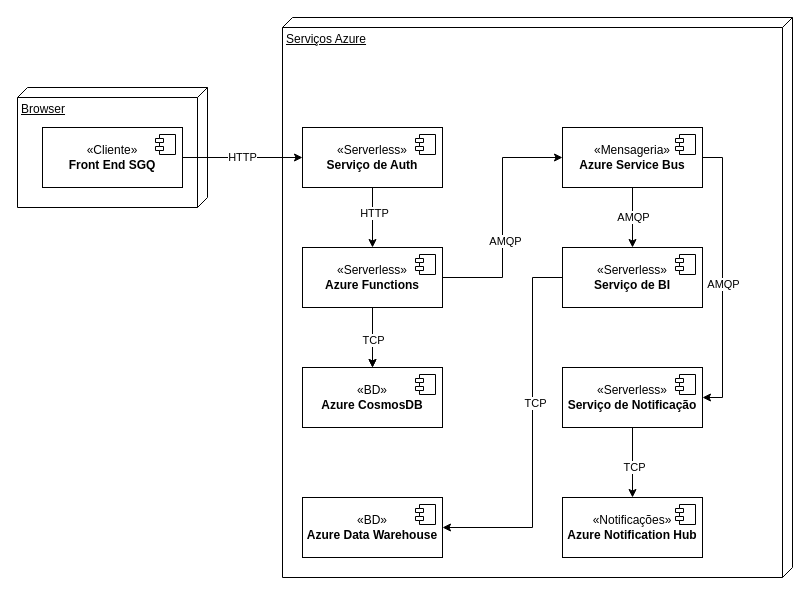
This is docs/draws/4.2 Diagrama de implantação.drawio from fbalbinoribeiro/sgq, a draw.io file, before an edit. Source tidied: cells renumbered, new cells numbered last; positions are measured from the earlier drawing's top-left corner, leaving out a move shared by most shapes. Both pictures are drawn from the tidied source at 100%, with x=0, y=0 at pixel (17, 17).
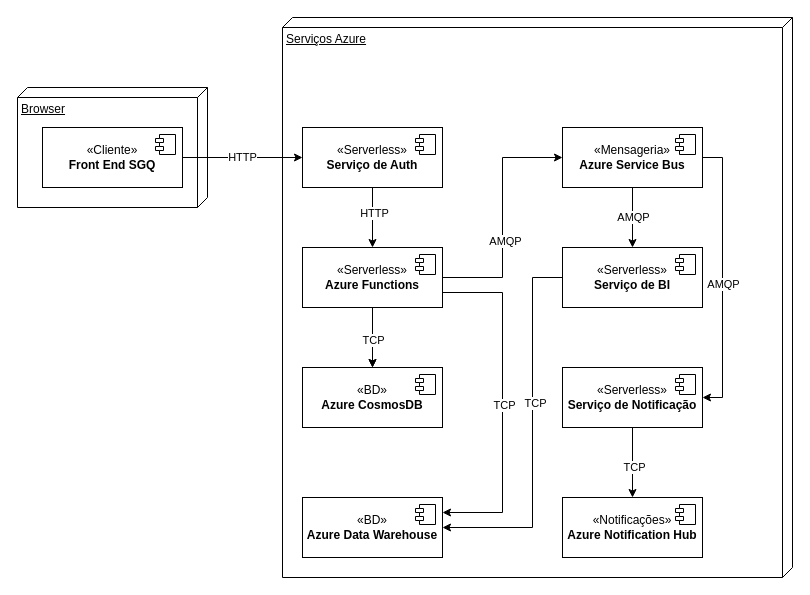
After the change.

Unchanged cells that the change refers to:
```xml
<mxCell id="29" value="«Serverless»&lt;br&gt;&lt;b&gt;Azure Functions&lt;/b&gt;" style="html=1;whiteSpace=wrap;" parent="1" vertex="1">
  <mxGeometry x="285" y="230" width="140" height="60" as="geometry" />
</mxCell>
<mxCell id="37" value="«BD»&lt;br&gt;&lt;b&gt;Azure Data Warehouse&lt;/b&gt;" style="html=1;whiteSpace=wrap;" parent="1" vertex="1">
  <mxGeometry x="285" y="480" width="140" height="60" as="geometry" />
</mxCell>
```

The edit, as a diff of the source:
```diff
@@
+    <mxCell id="39" style="edgeStyle=orthogonalEdgeStyle;rounded=0;jettySize=auto;html=1;entryX=1;entryY=0.25;entryDx=0;entryDy=0;exitX=1;exitY=0.75;exitDx=0;exitDy=0;" parent="1" edge="1" source="29" target="37">
+      <mxGeometry relative="1" as="geometry">
+        <Array as="points">
+          <mxPoint x="485" y="275" />
+          <mxPoint x="485" y="495" />
+        </Array>
+      </mxGeometry>
+    </mxCell>
+    <mxCell id="40" value="TCP" style="edgeLabel;html=1;align=center;verticalAlign=middle;" parent="39" vertex="1">
+      <mxGeometry x="0.01" y="1" relative="1" as="geometry" />
+    </mxCell>
```
